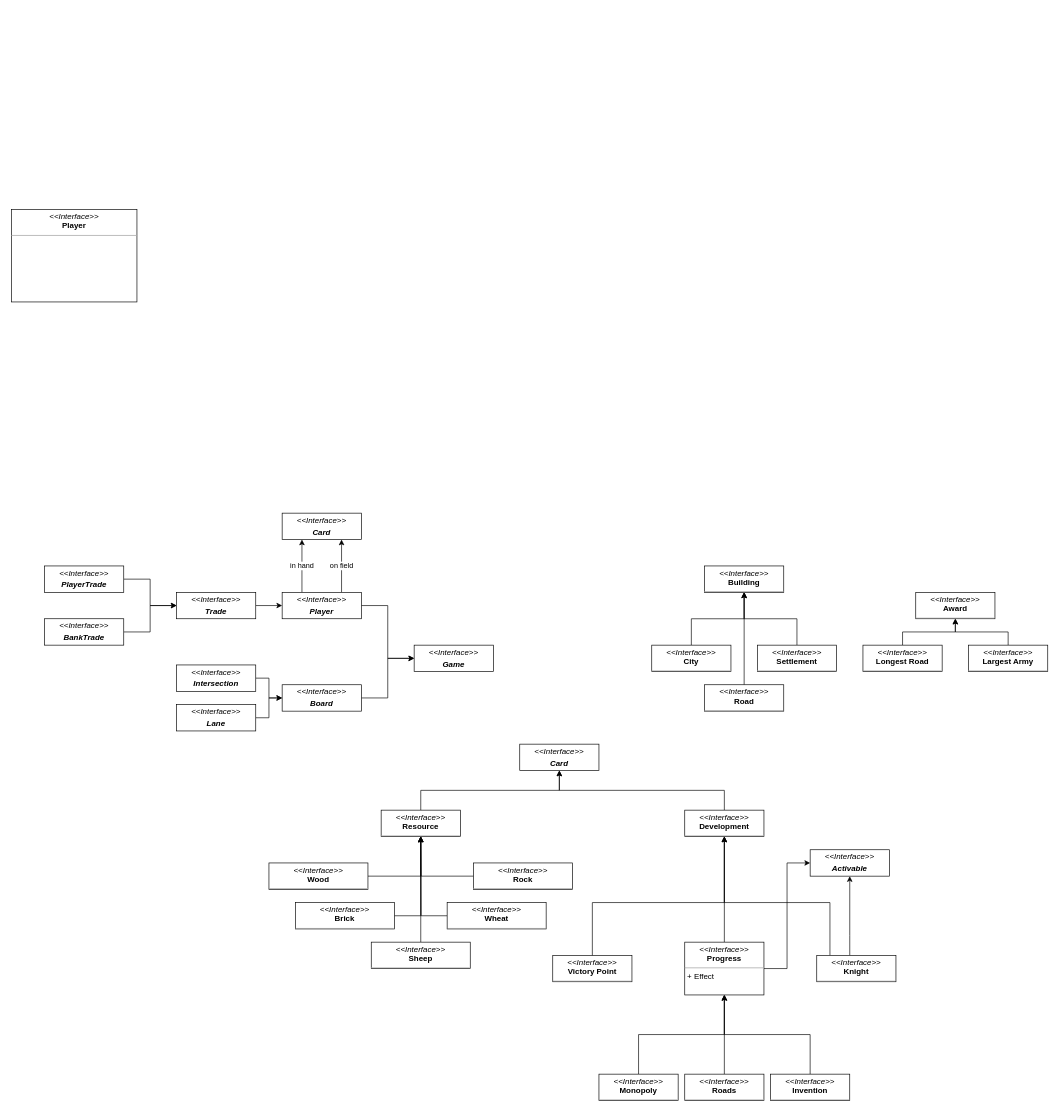
This is scatan.drawio from zucchero-sintattico/pps-22-scatan, a draw.io file, before an edit. Source tidied: cells renumbered, new cells numbered last; positions are measured from the earlier drawing's top-left corner, leaving out a move shared by most shapes. Both pictures are drawn from the tidied source at 66%, with x=0, y=0 at pixel (11, 209).
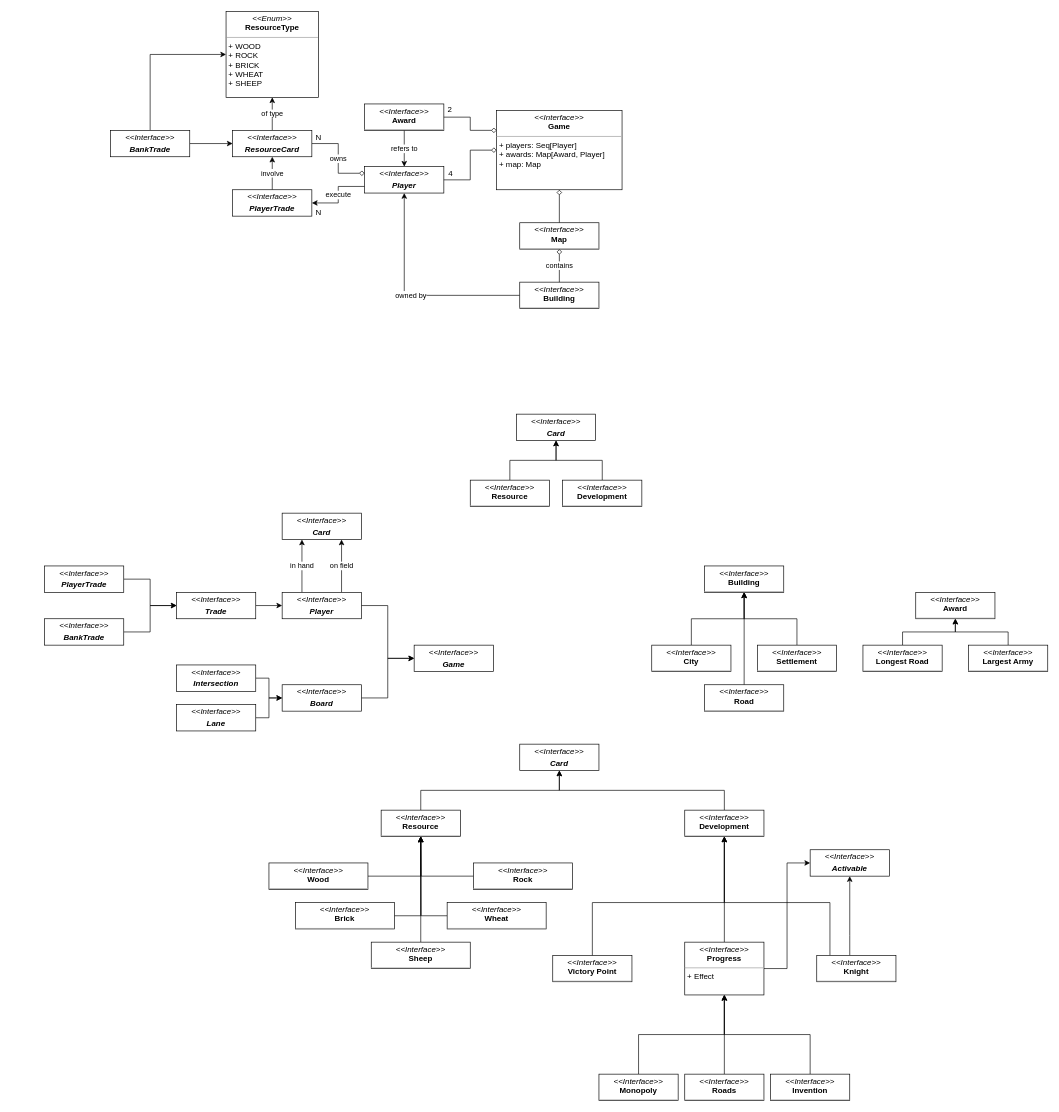
The same diagram, later.

Commit message:
docs: modelling domain

What changed in the source:
```diff
@@
-    <mxCell id="2" value="&lt;p style=&quot;margin:0px;margin-top:4px;text-align:center;&quot;&gt;&lt;i&gt;&amp;lt;&amp;lt;Interface&amp;gt;&amp;gt;&lt;/i&gt;&lt;br&gt;&lt;b&gt;Player&lt;/b&gt;&lt;/p&gt;&lt;hr size=&quot;1&quot;&gt;&lt;p style=&quot;margin:0px;margin-left:4px;&quot;&gt;&lt;br&gt;&lt;/p&gt;" style="verticalAlign=top;align=left;overflow=fill;fontSize=12;fontFamily=Helvetica;html=1;whiteSpace=wrap;" parent="1" vertex="1">
-      <mxGeometry width="190" height="140" as="geometry" />
+    <mxCell id="2" value="&lt;p style=&quot;margin:0px;margin-top:4px;text-align:center;&quot;&gt;&lt;i&gt;&amp;lt;&amp;lt;Enum&amp;gt;&amp;gt;&lt;/i&gt;&lt;br&gt;&lt;b&gt;ResourceType&lt;/b&gt;&lt;/p&gt;&lt;hr size=&quot;1&quot;&gt;&lt;p style=&quot;margin:0px;margin-left:4px;&quot;&gt;+ WOOD&lt;/p&gt;&lt;p style=&quot;margin:0px;margin-left:4px;&quot;&gt;+ ROCK&lt;/p&gt;&lt;p style=&quot;margin:0px;margin-left:4px;&quot;&gt;+ BRICK&lt;/p&gt;&lt;p style=&quot;margin:0px;margin-left:4px;&quot;&gt;+ WHEAT&lt;/p&gt;&lt;p style=&quot;margin:0px;margin-left:4px;&quot;&gt;+ SHEEP&lt;/p&gt;" style="verticalAlign=top;align=left;overflow=fill;fontSize=12;fontFamily=Helvetica;html=1;whiteSpace=wrap;" parent="1" vertex="1">
+      <mxGeometry x="325" y="-300" width="140" height="130" as="geometry" />
     </mxCell>
@@
+    <mxCell id="63" value="&lt;p style=&quot;margin:0px;margin-top:4px;text-align:center;&quot;&gt;&lt;i&gt;&amp;lt;&amp;lt;Interface&amp;gt;&amp;gt;&lt;/i&gt;&lt;br&gt;&lt;/p&gt;&lt;p style=&quot;margin:0px;margin-top:4px;text-align:center;&quot;&gt;&lt;i&gt;&lt;b&gt;Card&lt;/b&gt;&lt;/i&gt;&lt;/p&gt;&lt;p style=&quot;margin:0px;margin-left:4px;&quot;&gt;&lt;br&gt;&lt;/p&gt;" style="verticalAlign=top;align=left;overflow=fill;fontSize=12;fontFamily=Helvetica;html=1;whiteSpace=wrap;" parent="1" vertex="1">
+      <mxGeometry x="765" y="310" width="120" height="40" as="geometry" />
+    </mxCell>
+    <mxCell id="64" style="edgeStyle=orthogonalEdgeStyle;rounded=0;jettySize=auto;html=1;exitX=0.5;exitY=0;exitDx=0;exitDy=0;entryX=0.5;entryY=1;entryDx=0;entryDy=0;" parent="1" edge="1" source="65" target="63">
+      <mxGeometry relative="1" as="geometry" />
+    </mxCell>
+    <mxCell id="65" value="&lt;p style=&quot;margin:0px;margin-top:4px;text-align:center;&quot;&gt;&lt;i&gt;&amp;lt;&amp;lt;Interface&amp;gt;&amp;gt;&lt;/i&gt;&lt;br&gt;&lt;b&gt;Resource&lt;/b&gt;&lt;/p&gt;&lt;hr size=&quot;1&quot;&gt;&lt;p style=&quot;margin:0px;margin-left:4px;&quot;&gt;&lt;br&gt;&lt;/p&gt;" style="verticalAlign=top;align=left;overflow=fill;fontSize=12;fontFamily=Helvetica;html=1;whiteSpace=wrap;" parent="1" vertex="1">
+      <mxGeometry x="695" y="410" width="120" height="40" as="geometry" />
+    </mxCell>
+    <mxCell id="66" style="edgeStyle=orthogonalEdgeStyle;rounded=0;jettySize=auto;html=1;exitX=0.5;exitY=0;exitDx=0;exitDy=0;entryX=0.5;entryY=1;entryDx=0;entryDy=0;" parent="1" edge="1" source="67" target="63">
+      <mxGeometry relative="1" as="geometry" />
+    </mxCell>
+    <mxCell id="67" value="&lt;p style=&quot;margin:0px;margin-top:4px;text-align:center;&quot;&gt;&lt;i&gt;&amp;lt;&amp;lt;Interface&amp;gt;&amp;gt;&lt;/i&gt;&lt;br&gt;&lt;b&gt;Development&lt;/b&gt;&lt;/p&gt;&lt;hr size=&quot;1&quot;&gt;&lt;p style=&quot;margin:0px;margin-left:4px;&quot;&gt;&lt;br&gt;&lt;/p&gt;" style="verticalAlign=top;align=left;overflow=fill;fontSize=12;fontFamily=Helvetica;html=1;whiteSpace=wrap;" parent="1" vertex="1">
+      <mxGeometry x="835" y="410" width="120" height="40" as="geometry" />
+    </mxCell>
+    <mxCell id="68" value="owned by" style="edgeStyle=orthogonalEdgeStyle;rounded=0;jettySize=auto;html=1;exitX=0;exitY=0.5;exitDx=0;exitDy=0;entryX=0.5;entryY=1;entryDx=0;entryDy=0;" parent="1" edge="1" source="69" target="73">
+      <mxGeometry relative="1" as="geometry" />
+    </mxCell>
+    <mxCell id="69" value="&lt;p style=&quot;margin:0px;margin-top:4px;text-align:center;&quot;&gt;&lt;i&gt;&amp;lt;&amp;lt;Interface&amp;gt;&amp;gt;&lt;/i&gt;&lt;br&gt;&lt;b&gt;Building&lt;/b&gt;&lt;/p&gt;&lt;hr size=&quot;1&quot;&gt;&lt;p style=&quot;margin:0px;margin-left:4px;&quot;&gt;&lt;br&gt;&lt;/p&gt;" style="verticalAlign=top;align=left;overflow=fill;fontSize=12;fontFamily=Helvetica;html=1;whiteSpace=wrap;" parent="1" vertex="1">
+      <mxGeometry x="770" y="110" width="120" height="40" as="geometry" />
+    </mxCell>
+    <mxCell id="70" value="refers to" style="edgeStyle=orthogonalEdgeStyle;rounded=0;jettySize=auto;html=1;exitX=0.5;exitY=1;exitDx=0;exitDy=0;entryX=0.5;entryY=0;entryDx=0;entryDy=0;" parent="1" edge="1" source="71" target="73">
+      <mxGeometry relative="1" as="geometry" />
+    </mxCell>
+    <mxCell id="71" value="&lt;p style=&quot;margin:0px;margin-top:4px;text-align:center;&quot;&gt;&lt;i&gt;&amp;lt;&amp;lt;Interface&amp;gt;&amp;gt;&lt;/i&gt;&lt;br&gt;&lt;b&gt;Award&lt;/b&gt;&lt;/p&gt;&lt;hr size=&quot;1&quot;&gt;&lt;p style=&quot;margin:0px;margin-left:4px;&quot;&gt;&lt;br&gt;&lt;/p&gt;" style="verticalAlign=top;align=left;overflow=fill;fontSize=12;fontFamily=Helvetica;html=1;whiteSpace=wrap;" parent="1" vertex="1">
+      <mxGeometry x="535" y="-160" width="120" height="40" as="geometry" />
+    </mxCell>
+    <mxCell id="72" value="execute" style="edgeStyle=orthogonalEdgeStyle;rounded=0;jettySize=auto;html=1;exitX=0;exitY=0.75;exitDx=0;exitDy=0;entryX=1;entryY=0.5;entryDx=0;entryDy=0;" parent="1" edge="1" source="73" target="87">
+      <mxGeometry relative="1" as="geometry" />
+    </mxCell>
+    <mxCell id="73" value="&lt;p style=&quot;margin:0px;margin-top:4px;text-align:center;&quot;&gt;&lt;i&gt;&amp;lt;&amp;lt;Interface&amp;gt;&amp;gt;&lt;/i&gt;&lt;br&gt;&lt;/p&gt;&lt;p style=&quot;margin:0px;margin-top:4px;text-align:center;&quot;&gt;&lt;i&gt;&lt;b&gt;Player&lt;/b&gt;&lt;/i&gt;&lt;/p&gt;&lt;p style=&quot;margin:0px;margin-left:4px;&quot;&gt;&lt;br&gt;&lt;/p&gt;" style="verticalAlign=top;align=left;overflow=fill;fontSize=12;fontFamily=Helvetica;html=1;whiteSpace=wrap;" parent="1" vertex="1">
+      <mxGeometry x="535" y="-65" width="120" height="40" as="geometry" />
+    </mxCell>
+    <mxCell id="74" style="edgeStyle=orthogonalEdgeStyle;rounded=0;jettySize=auto;html=1;exitX=0;exitY=0.5;exitDx=0;exitDy=0;entryX=1;entryY=0.5;entryDx=0;entryDy=0;endArrow=none;endFill=0;startArrow=diamond;startFill=0;" parent="1" edge="1" source="78" target="73">
+      <mxGeometry relative="1" as="geometry" />
+    </mxCell>
+    <mxCell id="75" value="4" style="text;html=1;align=center;verticalAlign=middle;strokeColor=none;fillColor=none;" parent="1" vertex="1">
+      <mxGeometry x="650" y="-70" width="30" height="30" as="geometry" />
+    </mxCell>
+    <mxCell id="76" value="2" style="text;html=1;align=center;verticalAlign=middle;strokeColor=none;fillColor=none;" parent="1" vertex="1">
+      <mxGeometry x="649" y="-166" width="30" height="30" as="geometry" />
+    </mxCell>
+    <mxCell id="77" style="edgeStyle=orthogonalEdgeStyle;rounded=0;jettySize=auto;html=1;exitX=0;exitY=0.25;exitDx=0;exitDy=0;endArrow=none;endFill=0;startArrow=diamond;startFill=0;" parent="1" edge="1" source="78" target="71">
+      <mxGeometry relative="1" as="geometry" />
+    </mxCell>
+    <mxCell id="78" value="&lt;p style=&quot;margin:0px;margin-top:4px;text-align:center;&quot;&gt;&lt;i&gt;&amp;lt;&amp;lt;Interface&amp;gt;&amp;gt;&lt;/i&gt;&lt;br&gt;&lt;b&gt;Game&lt;/b&gt;&lt;/p&gt;&lt;hr size=&quot;1&quot;&gt;&lt;p style=&quot;margin:0px;margin-left:4px;&quot;&gt;+ players: Seq[Player]&lt;/p&gt;&lt;p style=&quot;margin:0px;margin-left:4px;&quot;&gt;+ awards: Map[Award, Player]&lt;/p&gt;&lt;p style=&quot;margin:0px;margin-left:4px;&quot;&gt;+ map: Map&lt;/p&gt;" style="verticalAlign=top;align=left;overflow=fill;fontSize=12;fontFamily=Helvetica;html=1;whiteSpace=wrap;" parent="1" vertex="1">
+      <mxGeometry x="735" y="-150" width="190" height="120" as="geometry" />
+    </mxCell>
+    <mxCell id="79" value="contains" style="edgeStyle=orthogonalEdgeStyle;rounded=0;jettySize=auto;html=1;exitX=0.5;exitY=1;exitDx=0;exitDy=0;entryX=0.5;entryY=0;entryDx=0;entryDy=0;endArrow=none;endFill=0;startArrow=diamond;startFill=0;" parent="1" edge="1" source="81" target="69">
+      <mxGeometry relative="1" as="geometry" />
+    </mxCell>
+    <mxCell id="80" style="edgeStyle=orthogonalEdgeStyle;rounded=0;jettySize=auto;html=1;exitX=0.5;exitY=0;exitDx=0;exitDy=0;entryX=0.5;entryY=1;entryDx=0;entryDy=0;endArrow=diamond;endFill=0;" parent="1" edge="1" source="81" target="78">
+      <mxGeometry relative="1" as="geometry" />
+    </mxCell>
+    <mxCell id="81" value="&lt;p style=&quot;margin:0px;margin-top:4px;text-align:center;&quot;&gt;&lt;i&gt;&amp;lt;&amp;lt;Interface&amp;gt;&amp;gt;&lt;/i&gt;&lt;br&gt;&lt;b&gt;Map&lt;/b&gt;&lt;/p&gt;&lt;hr size=&quot;1&quot;&gt;&lt;p style=&quot;margin:0px;margin-left:4px;&quot;&gt;&lt;br&gt;&lt;/p&gt;" style="verticalAlign=top;align=left;overflow=fill;fontSize=12;fontFamily=Helvetica;html=1;whiteSpace=wrap;" parent="1" vertex="1">
+      <mxGeometry x="770" y="20" width="120" height="40" as="geometry" />
+    </mxCell>
+    <mxCell id="82" value="owns" style="edgeStyle=orthogonalEdgeStyle;rounded=0;jettySize=auto;html=1;exitX=1;exitY=0.5;exitDx=0;exitDy=0;entryX=0;entryY=0.25;entryDx=0;entryDy=0;endArrow=diamond;endFill=0;" parent="1" edge="1" source="84" target="73">
+      <mxGeometry x="0.01" relative="1" as="geometry" />
+    </mxCell>
+    <mxCell id="83" value="of type" style="edgeStyle=orthogonalEdgeStyle;rounded=0;jettySize=auto;html=1;exitX=0.5;exitY=0;exitDx=0;exitDy=0;entryX=0.5;entryY=1;entryDx=0;entryDy=0;" parent="1" edge="1" source="84" target="2">
+      <mxGeometry relative="1" as="geometry" />
+    </mxCell>
+    <mxCell id="84" value="&lt;p style=&quot;margin:0px;margin-top:4px;text-align:center;&quot;&gt;&lt;i&gt;&amp;lt;&amp;lt;Interface&amp;gt;&amp;gt;&lt;/i&gt;&lt;br&gt;&lt;/p&gt;&lt;p style=&quot;margin:0px;margin-top:4px;text-align:center;&quot;&gt;&lt;i&gt;&lt;b&gt;ResourceCard&lt;/b&gt;&lt;/i&gt;&lt;/p&gt;&lt;p style=&quot;margin:0px;margin-left:4px;&quot;&gt;&lt;br&gt;&lt;/p&gt;" style="verticalAlign=top;align=left;overflow=fill;fontSize=12;fontFamily=Helvetica;html=1;whiteSpace=wrap;" parent="1" vertex="1">
+      <mxGeometry x="335" y="-120" width="120" height="40" as="geometry" />
+    </mxCell>
+    <mxCell id="85" value="N" style="text;html=1;align=center;verticalAlign=middle;strokeColor=none;fillColor=none;" parent="1" vertex="1">
+      <mxGeometry x="450" y="-124" width="30" height="30" as="geometry" />
+    </mxCell>
+    <mxCell id="86" value="involve" style="edgeStyle=orthogonalEdgeStyle;rounded=0;jettySize=auto;html=1;exitX=0.5;exitY=0;exitDx=0;exitDy=0;entryX=0.5;entryY=1;entryDx=0;entryDy=0;" parent="1" edge="1" source="87" target="84">
+      <mxGeometry relative="1" as="geometry" />
+    </mxCell>
+    <mxCell id="87" value="&lt;p style=&quot;margin:0px;margin-top:4px;text-align:center;&quot;&gt;&lt;i&gt;&amp;lt;&amp;lt;Interface&amp;gt;&amp;gt;&lt;/i&gt;&lt;br&gt;&lt;/p&gt;&lt;p style=&quot;margin:0px;margin-top:4px;text-align:center;&quot;&gt;&lt;i&gt;&lt;b&gt;PlayerTrade&lt;/b&gt;&lt;/i&gt;&lt;/p&gt;&lt;p style=&quot;margin:0px;margin-left:4px;&quot;&gt;&lt;br&gt;&lt;/p&gt;" style="verticalAlign=top;align=left;overflow=fill;fontSize=12;fontFamily=Helvetica;html=1;whiteSpace=wrap;" parent="1" vertex="1">
+      <mxGeometry x="335" y="-30" width="120" height="40" as="geometry" />
+    </mxCell>
+    <mxCell id="88" value="N" style="text;html=1;align=center;verticalAlign=middle;strokeColor=none;fillColor=none;" parent="1" vertex="1">
+      <mxGeometry x="450" y="-10" width="30" height="30" as="geometry" />
+    </mxCell>
+    <mxCell id="89" style="edgeStyle=orthogonalEdgeStyle;rounded=0;jettySize=auto;html=1;exitX=1;exitY=0.5;exitDx=0;exitDy=0;entryX=0;entryY=0.5;entryDx=0;entryDy=0;" parent="1" edge="1" source="91" target="84">
+      <mxGeometry relative="1" as="geometry" />
+    </mxCell>
+    <mxCell id="90" style="edgeStyle=orthogonalEdgeStyle;rounded=0;jettySize=auto;html=1;exitX=0.5;exitY=0;exitDx=0;exitDy=0;entryX=0;entryY=0.5;entryDx=0;entryDy=0;" parent="1" edge="1" source="91" target="2">
+      <mxGeometry relative="1" as="geometry" />
+    </mxCell>
+    <mxCell id="91" value="&lt;p style=&quot;margin:0px;margin-top:4px;text-align:center;&quot;&gt;&lt;i&gt;&amp;lt;&amp;lt;Interface&amp;gt;&amp;gt;&lt;/i&gt;&lt;br&gt;&lt;/p&gt;&lt;p style=&quot;margin:0px;margin-top:4px;text-align:center;&quot;&gt;&lt;i&gt;&lt;b&gt;BankTrade&lt;/b&gt;&lt;/i&gt;&lt;/p&gt;&lt;p style=&quot;margin:0px;margin-left:4px;&quot;&gt;&lt;br&gt;&lt;/p&gt;" style="verticalAlign=top;align=left;overflow=fill;fontSize=12;fontFamily=Helvetica;html=1;whiteSpace=wrap;" parent="1" vertex="1">
+      <mxGeometry x="150" y="-120" width="120" height="40" as="geometry" />
+    </mxCell>
```
